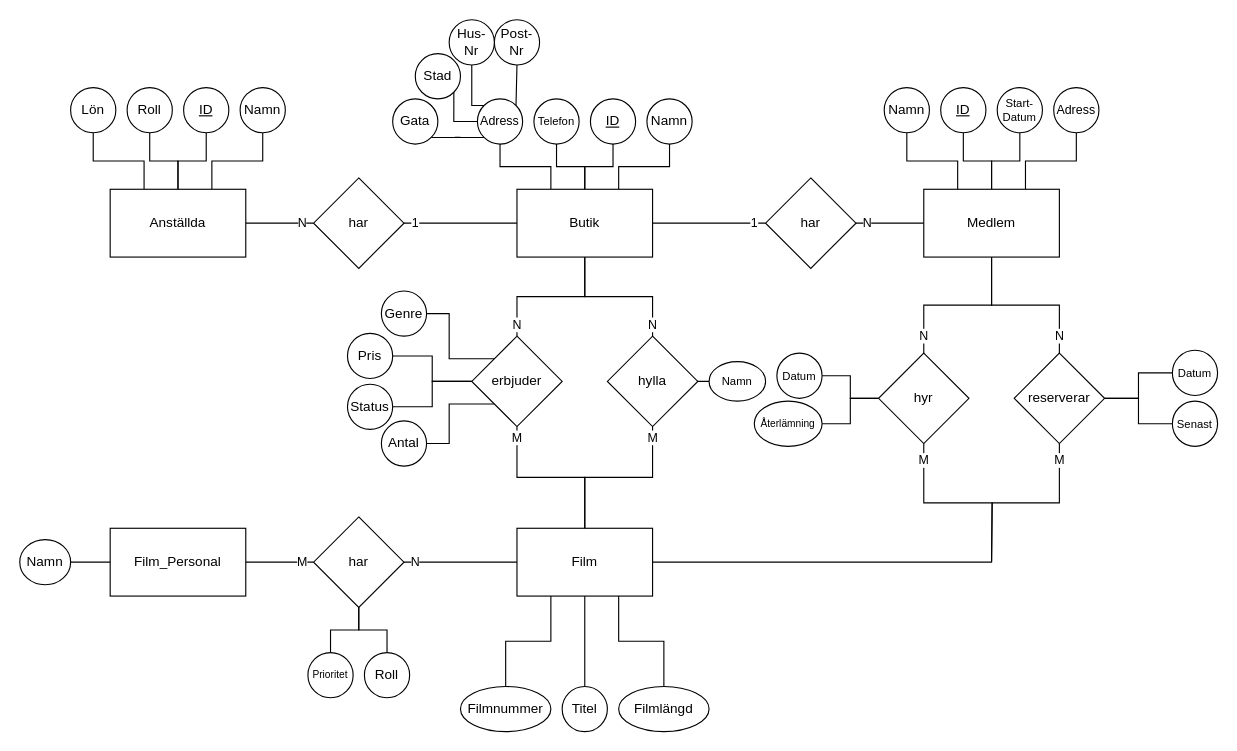
The draw.io diagram Databas_Labb1.drawio in null15/Database_University, before the edit. Source tidied: cells renumbered, new cells numbered last; positions are measured from the earlier drawing's top-left corner, leaving out a move shared by most shapes. Both pictures are drawn from the tidied source at 113%, with x=0, y=0 at pixel (19, 19).
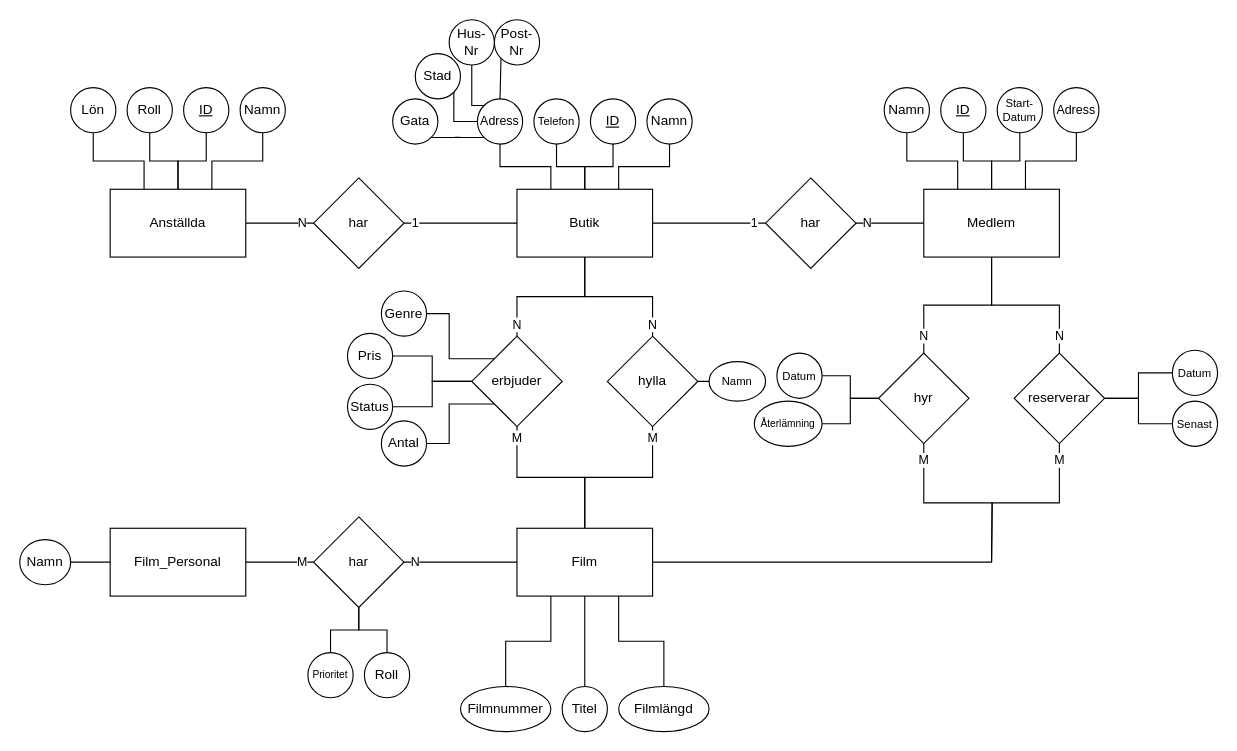
The same page after the edit.

Unchanged cells that the change refers to:
```xml
<mxCell id="26" value="Adress" style="ellipse;whiteSpace=wrap;html=1;fontSize=11;" parent="1" vertex="1">
  <mxGeometry x="405" y="70" width="40" height="40" as="geometry" />
</mxCell>
<mxCell id="32" value="Post- Nr" style="ellipse;whiteSpace=wrap;html=1;" parent="1" vertex="1">
  <mxGeometry x="420" width="40" height="40" as="geometry" />
</mxCell>
```

Diff of the diagram source:
```diff
@@
-    <mxCell id="25" style="edgeStyle=orthogonalEdgeStyle;rounded=0;jettySize=auto;html=1;exitX=1;exitY=0;exitDx=0;exitDy=0;entryX=0.5;entryY=1;entryDx=0;entryDy=0;endArrow=none;endFill=0;" parent="1" edge="1" source="26" target="32">
+    <mxCell id="25" style="edgeStyle=orthogonalEdgeStyle;rounded=0;jettySize=auto;html=1;exitX=0.5;exitY=0;exitDx=0;exitDy=0;entryX=0;entryY=1;entryDx=0;entryDy=0;endArrow=none;endFill=0;" parent="1" edge="1" source="26" target="32">
       <mxGeometry relative="1" as="geometry" />
     </mxCell>
```
